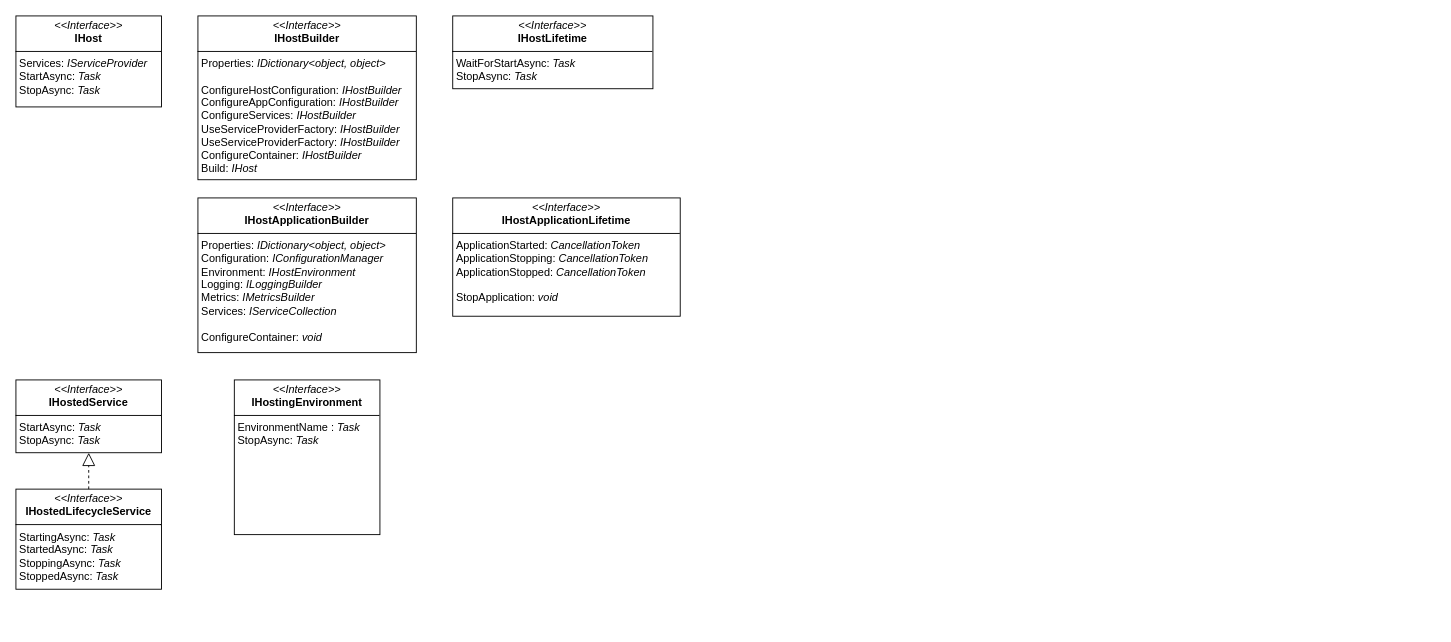
Above: page "Hosting" (3 of 3) of .Net/Диаграмма без названия.drawio in KondyubaBA/Foundation (draw.io), before the change. Source tidied: cells renumbered, new cells numbered last; positions are measured from the earlier drawing's top-left corner, leaving out a move shared by most shapes. Both pictures are drawn from the tidied source at 91%, with x=0, y=0 at pixel (15, 15).
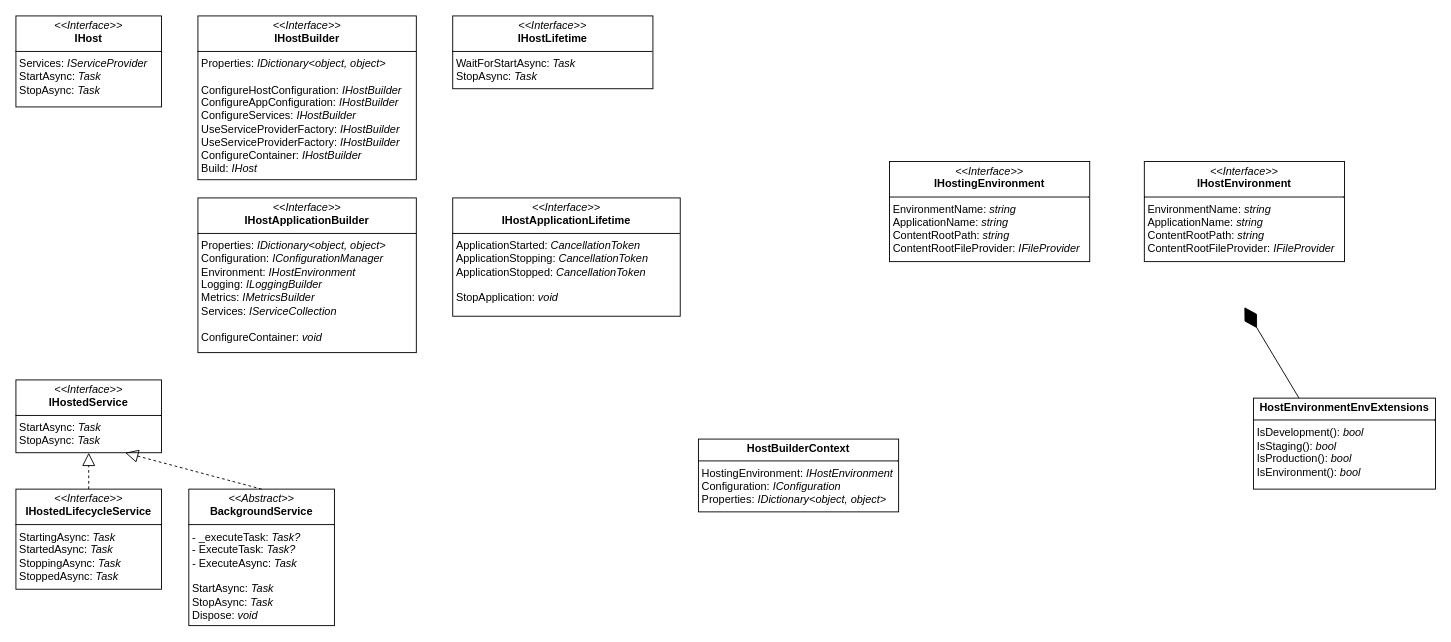
Above is the later version.

Change to the diagram source:
```diff
@@
 <mxGraphModel>
   <root>
     <mxCell id="0" />
     <mxCell id="1" parent="0" />
     <mxCell id="2" value="&lt;p style=&quot;margin:0px;margin-top:4px;text-align:center;&quot;&gt;&lt;i&gt;&amp;lt;&amp;lt;Interface&amp;gt;&amp;gt;&lt;/i&gt;&lt;br&gt;&lt;b&gt;IHost&lt;/b&gt;&lt;/p&gt;&lt;hr size=&quot;1&quot; style=&quot;border-style:solid;&quot;&gt;&lt;p style=&quot;margin:0px;margin-left:4px;&quot;&gt;Services: &lt;i&gt;IServiceProvider&lt;/i&gt;&lt;br&gt;StartAsync: &lt;i&gt;Task&lt;/i&gt;&lt;/p&gt;&lt;p style=&quot;margin:0px;margin-left:4px;&quot;&gt;StopAsync:&amp;nbsp;&lt;i style=&quot;background-color: initial;&quot;&gt;Task&lt;/i&gt;&lt;br&gt;&lt;/p&gt;" style="verticalAlign=top;align=left;overflow=fill;html=1;whiteSpace=wrap;" parent="1" vertex="1">
       <mxGeometry width="160" height="100" as="geometry" />
     </mxCell>
     <mxCell id="3" value="&lt;p style=&quot;margin:0px;margin-top:4px;text-align:center;&quot;&gt;&lt;i&gt;&amp;lt;&amp;lt;Interface&amp;gt;&amp;gt;&lt;/i&gt;&lt;br&gt;&lt;span style=&quot;background-color: initial; text-align: left;&quot;&gt;&lt;b&gt;IHostApplicationBuilder&lt;/b&gt;&lt;/span&gt;&lt;/p&gt;&lt;hr size=&quot;1&quot; style=&quot;border-style:solid;&quot;&gt;&lt;p style=&quot;margin:0px;margin-left:4px;&quot;&gt;Properties: &lt;i&gt;IDictionary&amp;lt;object, object&amp;gt;&lt;/i&gt;&lt;br&gt;Configuration:&amp;nbsp;&lt;span style=&quot;background-color: initial;&quot;&gt;&lt;i&gt;IConfigurationManager&lt;/i&gt;&lt;/span&gt;&lt;/p&gt;&lt;p style=&quot;margin:0px;margin-left:4px;&quot;&gt;Environment:&amp;nbsp;&lt;span style=&quot;background-color: initial;&quot;&gt;&lt;i&gt;IHostEnvironment&lt;/i&gt;&lt;/span&gt;&lt;br&gt;&lt;/p&gt;&lt;p style=&quot;margin:0px;margin-left:4px;&quot;&gt;&lt;span style=&quot;background-color: initial;&quot;&gt;Logging:&amp;nbsp;&lt;/span&gt;&lt;span style=&quot;background-color: initial;&quot;&gt;&lt;i&gt;ILoggingBuilder&lt;/i&gt;&lt;/span&gt;&lt;span style=&quot;background-color: initial;&quot;&gt;&lt;br&gt;&lt;/span&gt;&lt;/p&gt;&lt;p style=&quot;margin:0px;margin-left:4px;&quot;&gt;&lt;span style=&quot;background-color: initial;&quot;&gt;Metrics:&amp;nbsp;&lt;/span&gt;&lt;span style=&quot;background-color: initial;&quot;&gt;&lt;i&gt;IMetricsBuilder&lt;/i&gt;&lt;/span&gt;&lt;span style=&quot;background-color: initial;&quot;&gt;&lt;br&gt;&lt;/span&gt;&lt;/p&gt;&lt;p style=&quot;margin:0px;margin-left:4px;&quot;&gt;&lt;span style=&quot;background-color: initial;&quot;&gt;Services:&amp;nbsp;&lt;/span&gt;&lt;span style=&quot;background-color: initial;&quot;&gt;&lt;i&gt;IServiceCollection&lt;/i&gt;&lt;/span&gt;&lt;span style=&quot;background-color: initial;&quot;&gt;&lt;br&gt;&lt;/span&gt;&lt;/p&gt;&lt;p style=&quot;margin:0px;margin-left:4px;&quot;&gt;&lt;span style=&quot;background-color: initial;&quot;&gt;&lt;i&gt;&lt;br&gt;&lt;/i&gt;&lt;/span&gt;&lt;/p&gt;&lt;p style=&quot;margin:0px;margin-left:4px;&quot;&gt;&lt;span style=&quot;background-color: initial;&quot;&gt;ConfigureContainer:&lt;i&gt;&amp;nbsp;&lt;/i&gt;&lt;/span&gt;&lt;span style=&quot;background-color: initial;&quot;&gt;&lt;i&gt;void&lt;/i&gt;&lt;/span&gt;&lt;span style=&quot;background-color: initial;&quot;&gt;&lt;i&gt;&lt;br&gt;&lt;/i&gt;&lt;/span&gt;&lt;/p&gt;" style="verticalAlign=top;align=left;overflow=fill;html=1;whiteSpace=wrap;" parent="1" vertex="1">
       <mxGeometry x="200" y="200" width="240" height="170" as="geometry" />
     </mxCell>
     <mxCell id="4" value="&lt;p style=&quot;margin:0px;margin-top:4px;text-align:center;&quot;&gt;&lt;i&gt;&amp;lt;&amp;lt;Interface&amp;gt;&amp;gt;&lt;/i&gt;&lt;br&gt;&lt;span style=&quot;background-color: initial; text-align: left;&quot;&gt;&lt;b&gt;IHostApplicationLifetime&lt;/b&gt;&lt;/span&gt;&lt;/p&gt;&lt;hr size=&quot;1&quot; style=&quot;border-style:solid;&quot;&gt;&lt;p style=&quot;margin:0px;margin-left:4px;&quot;&gt;ApplicationStarted: &lt;i&gt;CancellationToken&lt;/i&gt;&lt;br&gt;ApplicationStopping:&amp;nbsp;&lt;i&gt;CancellationToken&lt;/i&gt;&lt;br&gt;&lt;/p&gt;&lt;p style=&quot;margin:0px;margin-left:4px;&quot;&gt;ApplicationStopped:&amp;nbsp;&lt;i&gt;CancellationToken&lt;/i&gt;&lt;br&gt;&lt;/p&gt;&lt;p style=&quot;margin:0px;margin-left:4px;&quot;&gt;&lt;i&gt;&lt;br&gt;&lt;/i&gt;&lt;/p&gt;&lt;p style=&quot;margin:0px;margin-left:4px;&quot;&gt;StopApplication: &lt;i&gt;void&lt;/i&gt;&lt;br&gt;&lt;/p&gt;" style="verticalAlign=top;align=left;overflow=fill;html=1;whiteSpace=wrap;" parent="1" vertex="1">
       <mxGeometry x="480" y="200" width="250" height="130" as="geometry" />
     </mxCell>
     <mxCell id="5" value="&lt;p style=&quot;margin:0px;margin-top:4px;text-align:center;&quot;&gt;&lt;i&gt;&amp;lt;&amp;lt;Interface&amp;gt;&amp;gt;&lt;/i&gt;&lt;br&gt;&lt;span style=&quot;background-color: initial; text-align: left;&quot;&gt;&lt;b&gt;IHostBuilder&lt;/b&gt;&lt;/span&gt;&lt;/p&gt;&lt;hr size=&quot;1&quot; style=&quot;border-style:solid;&quot;&gt;&lt;p style=&quot;margin:0px;margin-left:4px;&quot;&gt;Properties: &lt;i&gt;IDictionary&amp;lt;object, object&amp;gt;&lt;/i&gt;&lt;/p&gt;&lt;p style=&quot;margin:0px;margin-left:4px;&quot;&gt;&lt;i&gt;&lt;br&gt;&lt;/i&gt;ConfigureHostConfiguration:&amp;nbsp;&lt;span style=&quot;background-color: initial;&quot;&gt;&lt;i&gt;IHostBuilder&lt;/i&gt;&lt;/span&gt;&lt;/p&gt;&lt;p style=&quot;margin:0px;margin-left:4px;&quot;&gt;ConfigureAppConfiguration:&amp;nbsp;&lt;span style=&quot;background-color: initial;&quot;&gt;&lt;i&gt;IHostBuilder&lt;/i&gt;&lt;/span&gt;&lt;br&gt;&lt;/p&gt;&lt;p style=&quot;margin:0px;margin-left:4px;&quot;&gt;ConfigureServices:&amp;nbsp;&lt;span style=&quot;background-color: initial;&quot;&gt;&lt;i&gt;IHostBuilder&lt;/i&gt;&lt;/span&gt;&lt;span style=&quot;background-color: initial;&quot;&gt;&lt;i&gt;&lt;br&gt;&lt;/i&gt;&lt;/span&gt;&lt;/p&gt;&lt;p style=&quot;margin:0px;margin-left:4px;&quot;&gt;UseServiceProviderFactory:&amp;nbsp;&lt;span style=&quot;background-color: initial;&quot;&gt;&lt;i&gt;IHostBuilder&lt;/i&gt;&lt;/span&gt;&lt;span style=&quot;background-color: initial;&quot;&gt;&lt;i&gt;&lt;br&gt;&lt;/i&gt;&lt;/span&gt;&lt;/p&gt;&lt;p style=&quot;margin:0px;margin-left:4px;&quot;&gt;UseServiceProviderFactory:&amp;nbsp;&lt;span style=&quot;background-color: initial;&quot;&gt;&lt;i&gt;IHostBuilder&lt;/i&gt;&lt;/span&gt;&lt;span style=&quot;background-color: initial;&quot;&gt;&lt;i&gt;&lt;br&gt;&lt;/i&gt;&lt;/span&gt;&lt;/p&gt;&lt;p style=&quot;margin:0px;margin-left:4px;&quot;&gt;ConfigureContainer:&amp;nbsp;&lt;span style=&quot;background-color: initial;&quot;&gt;&lt;i&gt;IHostBuilder&lt;/i&gt;&lt;/span&gt;&lt;span style=&quot;background-color: initial;&quot;&gt;&lt;i&gt;&lt;br&gt;&lt;/i&gt;&lt;/span&gt;&lt;/p&gt;&lt;p style=&quot;margin:0px;margin-left:4px;&quot;&gt;&lt;span style=&quot;background-color: initial;&quot;&gt;Build:&amp;nbsp;&lt;/span&gt;&lt;span style=&quot;background-color: initial;&quot;&gt;&lt;i&gt;IHost&lt;/i&gt;&lt;/span&gt;&lt;span style=&quot;background-color: initial;&quot;&gt;&lt;i&gt;&lt;br&gt;&lt;/i&gt;&lt;/span&gt;&lt;/p&gt;" style="verticalAlign=top;align=left;overflow=fill;html=1;whiteSpace=wrap;" parent="1" vertex="1">
       <mxGeometry x="200" width="240" height="180" as="geometry" />
     </mxCell>
     <mxCell id="6" value="&lt;p style=&quot;margin:0px;margin-top:4px;text-align:center;&quot;&gt;&lt;i&gt;&amp;lt;&amp;lt;Interface&amp;gt;&amp;gt;&lt;/i&gt;&lt;br&gt;&lt;span style=&quot;background-color: initial; text-align: left;&quot;&gt;&lt;b&gt;IHostLifetime&lt;/b&gt;&lt;/span&gt;&lt;/p&gt;&lt;hr size=&quot;1&quot; style=&quot;border-style:solid;&quot;&gt;&lt;p style=&quot;margin:0px;margin-left:4px;&quot;&gt;WaitForStartAsync: &lt;i&gt;Task&lt;/i&gt;&lt;br&gt;&lt;/p&gt;&lt;p style=&quot;margin:0px;margin-left:4px;&quot;&gt;StopAsync:&amp;nbsp;&lt;i style=&quot;background-color: initial;&quot;&gt;Task&lt;/i&gt;&lt;br&gt;&lt;/p&gt;" style="verticalAlign=top;align=left;overflow=fill;html=1;whiteSpace=wrap;" parent="1" vertex="1">
       <mxGeometry x="480" width="220" height="80" as="geometry" />
     </mxCell>
     <mxCell id="7" value="&lt;p style=&quot;margin:0px;margin-top:4px;text-align:center;&quot;&gt;&lt;i&gt;&amp;lt;&amp;lt;Interface&amp;gt;&amp;gt;&lt;/i&gt;&lt;br&gt;&lt;span style=&quot;background-color: initial; text-align: left;&quot;&gt;&lt;b&gt;IHostedService&lt;/b&gt;&lt;/span&gt;&lt;/p&gt;&lt;hr size=&quot;1&quot; style=&quot;border-style:solid;&quot;&gt;&lt;p style=&quot;margin:0px;margin-left:4px;&quot;&gt;StartAsync: &lt;i&gt;Task&lt;/i&gt;&lt;/p&gt;&lt;p style=&quot;margin:0px;margin-left:4px;&quot;&gt;StopAsync:&amp;nbsp;&lt;i style=&quot;background-color: initial;&quot;&gt;Task&lt;/i&gt;&lt;br&gt;&lt;/p&gt;" style="verticalAlign=top;align=left;overflow=fill;html=1;whiteSpace=wrap;" parent="1" vertex="1">
       <mxGeometry y="400" width="160" height="80" as="geometry" />
     </mxCell>
     <mxCell id="8" value="&lt;p style=&quot;margin:0px;margin-top:4px;text-align:center;&quot;&gt;&lt;i&gt;&amp;lt;&amp;lt;Interface&amp;gt;&amp;gt;&lt;/i&gt;&lt;br&gt;&lt;span style=&quot;background-color: initial; text-align: left;&quot;&gt;&lt;b&gt;IHostedLifecycleService&lt;/b&gt;&lt;/span&gt;&lt;/p&gt;&lt;hr size=&quot;1&quot; style=&quot;border-style:solid;&quot;&gt;&lt;p style=&quot;margin:0px;margin-left:4px;&quot;&gt;StartingAsync: &lt;i&gt;Task&lt;/i&gt;&lt;/p&gt;&lt;p style=&quot;margin:0px;margin-left:4px;&quot;&gt;StartedAsync:&amp;nbsp;&lt;i style=&quot;background-color: initial;&quot;&gt;Task&lt;/i&gt;&lt;br&gt;&lt;/p&gt;&lt;p style=&quot;margin: 0px 0px 0px 4px;&quot;&gt;StoppingAsync:&amp;nbsp;&lt;i&gt;Task&lt;/i&gt;&lt;/p&gt;&lt;p style=&quot;margin: 0px 0px 0px 4px;&quot;&gt;StoppedAsync:&amp;nbsp;&lt;i style=&quot;background-color: initial;&quot;&gt;Task&lt;/i&gt;&lt;/p&gt;" style="verticalAlign=top;align=left;overflow=fill;html=1;whiteSpace=wrap;" parent="1" vertex="1">
       <mxGeometry y="520" width="160" height="110" as="geometry" />
     </mxCell>
     <mxCell id="9" style="endArrow=block;dashed=1;endFill=0;endSize=12;html=1;rounded=0;entryX=0.5;entryY=1;entryDx=0;entryDy=0;exitX=0.5;exitY=0;exitDx=0;exitDy=0;" parent="1" edge="1" source="8" target="7">
       <mxGeometry relative="1" as="geometry" />
     </mxCell>
-    <mxCell id="10" value="&lt;p style=&quot;margin:0px;margin-top:4px;text-align:center;&quot;&gt;&lt;i&gt;&amp;lt;&amp;lt;Interface&amp;gt;&amp;gt;&lt;/i&gt;&lt;br&gt;&lt;span style=&quot;background-color: initial; text-align: left;&quot;&gt;&lt;b&gt;IHostingEnvironment&lt;/b&gt;&lt;/span&gt;&lt;/p&gt;&lt;hr size=&quot;1&quot; style=&quot;border-style:solid;&quot;&gt;&lt;p style=&quot;margin:0px;margin-left:4px;&quot;&gt;EnvironmentName&amp;nbsp;: &lt;i&gt;Task&lt;/i&gt;&lt;/p&gt;&lt;p style=&quot;margin:0px;margin-left:4px;&quot;&gt;StopAsync:&amp;nbsp;&lt;i style=&quot;background-color: initial;&quot;&gt;Task&lt;/i&gt;&lt;br&gt;&lt;/p&gt;" style="verticalAlign=top;align=left;overflow=fill;html=1;whiteSpace=wrap;" parent="1" vertex="1">
-      <mxGeometry x="240" y="400" width="160" height="170" as="geometry" />
+    <mxCell id="10" value="&lt;p style=&quot;margin:0px;margin-top:4px;text-align:center;&quot;&gt;&lt;i&gt;&amp;lt;&amp;lt;Interface&amp;gt;&amp;gt;&lt;/i&gt;&lt;br&gt;&lt;span style=&quot;background-color: initial; text-align: left;&quot;&gt;&lt;b&gt;IHostingEnvironment&lt;/b&gt;&lt;/span&gt;&lt;/p&gt;&lt;hr size=&quot;1&quot; style=&quot;border-style:solid;&quot;&gt;&lt;p style=&quot;margin:0px;margin-left:4px;&quot;&gt;EnvironmentName:&amp;nbsp;&lt;span style=&quot;background-color: initial;&quot;&gt;&lt;i&gt;string&lt;/i&gt;&lt;/span&gt;&lt;/p&gt;&lt;p style=&quot;margin:0px;margin-left:4px;&quot;&gt;ApplicationName:&amp;nbsp;&lt;span style=&quot;background-color: initial;&quot;&gt;&lt;i&gt;string&lt;/i&gt;&lt;/span&gt;&lt;br&gt;&lt;/p&gt;&lt;p style=&quot;margin:0px;margin-left:4px;&quot;&gt;&lt;span style=&quot;background-color: initial;&quot;&gt;ContentRootPath:&amp;nbsp;&lt;/span&gt;&lt;span style=&quot;background-color: initial;&quot;&gt;&lt;i&gt;string&lt;/i&gt;&lt;/span&gt;&lt;span style=&quot;background-color: initial;&quot;&gt;&lt;br&gt;&lt;/span&gt;&lt;/p&gt;&lt;p style=&quot;margin:0px;margin-left:4px;&quot;&gt;&lt;span style=&quot;background-color: initial;&quot;&gt;ContentRootFileProvider:&lt;i&gt;&amp;nbsp;&lt;/i&gt;&lt;/span&gt;&lt;span style=&quot;background-color: initial;&quot;&gt;&lt;i&gt;IFileProvider&lt;/i&gt;&lt;/span&gt;&lt;span style=&quot;background-color: initial;&quot;&gt;&lt;i&gt;&lt;br&gt;&lt;/i&gt;&lt;/span&gt;&lt;/p&gt;" style="verticalAlign=top;align=left;overflow=fill;html=1;whiteSpace=wrap;" parent="1" vertex="1">
+      <mxGeometry x="960" y="160" width="220" height="110" as="geometry" />
     </mxCell>
+    <mxCell id="11" value="&lt;p style=&quot;margin:0px;margin-top:4px;text-align:center;&quot;&gt;&lt;i&gt;&amp;lt;&amp;lt;Abstract&amp;gt;&amp;gt;&lt;/i&gt;&lt;br&gt;&lt;span style=&quot;background-color: initial; text-align: left;&quot;&gt;&lt;b&gt;BackgroundService&lt;/b&gt;&lt;/span&gt;&lt;/p&gt;&lt;hr size=&quot;1&quot; style=&quot;border-style:solid;&quot;&gt;&lt;p style=&quot;margin:0px;margin-left:4px;&quot;&gt;- _executeTask:&amp;nbsp;&lt;span style=&quot;background-color: initial;&quot;&gt;&lt;i&gt;Task?&lt;/i&gt;&lt;/span&gt;&lt;/p&gt;&lt;p style=&quot;margin:0px;margin-left:4px;&quot;&gt;- ExecuteTask:&amp;nbsp;&lt;span style=&quot;background-color: initial;&quot;&gt;&lt;i&gt;Task?&lt;/i&gt;&lt;/span&gt;&lt;br&gt;&lt;/p&gt;&lt;p style=&quot;margin:0px;margin-left:4px;&quot;&gt;&lt;span style=&quot;background-color: initial;&quot;&gt;&lt;i&gt;-&amp;nbsp;&lt;/i&gt;&lt;/span&gt;&lt;span style=&quot;background-color: initial;&quot;&gt;ExecuteAsync:&lt;i&gt;&amp;nbsp;&lt;/i&gt;&lt;/span&gt;&lt;span style=&quot;background-color: initial;&quot;&gt;&lt;i&gt;Task&lt;/i&gt;&lt;/span&gt;&lt;/p&gt;&lt;p style=&quot;margin:0px;margin-left:4px;&quot;&gt;&lt;span style=&quot;background-color: initial;&quot;&gt;&lt;i&gt;&lt;br&gt;&lt;/i&gt;&lt;/span&gt;&lt;/p&gt;&lt;p style=&quot;margin:0px;margin-left:4px;&quot;&gt;&lt;span style=&quot;background-color: initial;&quot;&gt;StartAsync:&lt;i&gt;&amp;nbsp;&lt;/i&gt;&lt;/span&gt;&lt;span style=&quot;background-color: initial;&quot;&gt;&lt;i&gt;Task&lt;/i&gt;&lt;/span&gt;&lt;span style=&quot;background-color: initial;&quot;&gt;&lt;i&gt;&lt;br&gt;&lt;/i&gt;&lt;/span&gt;&lt;/p&gt;&lt;p style=&quot;margin:0px;margin-left:4px;&quot;&gt;&lt;span style=&quot;background-color: initial;&quot;&gt;StopAsync:&lt;i&gt; Task&lt;br&gt;&lt;/i&gt;&lt;/span&gt;&lt;/p&gt;&lt;p style=&quot;margin:0px;margin-left:4px;&quot;&gt;&lt;span style=&quot;background-color: initial;&quot;&gt;Dispose:&lt;i&gt; void&lt;br&gt;&lt;/i&gt;&lt;/span&gt;&lt;/p&gt;" style="verticalAlign=top;align=left;overflow=fill;html=1;whiteSpace=wrap;" parent="1" vertex="1">
+      <mxGeometry x="190" y="520" width="160" height="150" as="geometry" />
+    </mxCell>
+    <mxCell id="12" style="endArrow=block;dashed=1;endFill=0;endSize=12;html=1;rounded=0;entryX=0.75;entryY=1;entryDx=0;entryDy=0;exitX=0.5;exitY=0;exitDx=0;exitDy=0;" parent="1" edge="1" source="11" target="7">
+      <mxGeometry relative="1" as="geometry" />
+    </mxCell>
+    <mxCell id="13" value="&lt;p style=&quot;margin:0px;margin-top:4px;text-align:center;&quot;&gt;&lt;span style=&quot;background-color: initial; text-align: left;&quot;&gt;&lt;b&gt;HostBuilderContext&lt;/b&gt;&lt;/span&gt;&lt;/p&gt;&lt;hr size=&quot;1&quot; style=&quot;border-style:solid;&quot;&gt;&lt;p style=&quot;margin:0px;margin-left:4px;&quot;&gt;HostingEnvironment:&amp;nbsp;&lt;span style=&quot;background-color: initial;&quot;&gt;&lt;i&gt;IHostEnvironment&lt;/i&gt;&lt;/span&gt;&lt;/p&gt;&lt;p style=&quot;margin:0px;margin-left:4px;&quot;&gt;Configuration:&amp;nbsp;&lt;span style=&quot;background-color: initial;&quot;&gt;&lt;i&gt;IConfiguration&lt;/i&gt;&lt;/span&gt;&lt;br&gt;&lt;/p&gt;&lt;p style=&quot;margin:0px;margin-left:4px;&quot;&gt;&lt;span style=&quot;background-color: initial;&quot;&gt;Properties&lt;/span&gt;&lt;span style=&quot;background-color: initial;&quot;&gt;:&amp;nbsp;&lt;/span&gt;&lt;span style=&quot;background-color: initial;&quot;&gt;&lt;i&gt;IDictionary&amp;lt;object, object&amp;gt;&lt;/i&gt;&lt;/span&gt;&lt;/p&gt;" style="verticalAlign=top;align=left;overflow=fill;html=1;whiteSpace=wrap;" parent="1" vertex="1">
+      <mxGeometry x="750" y="465" width="220" height="80" as="geometry" />
+    </mxCell>
+    <mxCell id="14" value="&lt;p style=&quot;margin: 4px 0px 0px; text-align: center;&quot;&gt;&lt;span style=&quot;background-color: initial; text-align: left;&quot;&gt;&lt;b&gt;HostEnvironmentEnvExtensions&lt;/b&gt;&lt;/span&gt;&lt;/p&gt;&lt;hr size=&quot;1&quot; style=&quot;border-style:solid;&quot;&gt;&lt;p style=&quot;margin:0px;margin-left:4px;&quot;&gt;IsDevelopment():&amp;nbsp;&lt;span style=&quot;background-color: initial;&quot;&gt;&lt;i&gt;bool&lt;/i&gt;&lt;/span&gt;&lt;/p&gt;&lt;p style=&quot;margin:0px;margin-left:4px;&quot;&gt;IsStaging():&amp;nbsp;&lt;i style=&quot;background-color: initial;&quot;&gt;bool&lt;/i&gt;&lt;br&gt;&lt;/p&gt;&lt;p style=&quot;margin:0px;margin-left:4px;&quot;&gt;&lt;span style=&quot;background-color: initial;&quot;&gt;IsProduction()&lt;/span&gt;&lt;span style=&quot;background-color: initial;&quot;&gt;:&amp;nbsp;&lt;/span&gt;&lt;span style=&quot;background-color: initial;&quot;&gt;&lt;i&gt;bool&lt;/i&gt;&lt;/span&gt;&lt;/p&gt;&lt;p style=&quot;margin:0px;margin-left:4px;&quot;&gt;&lt;span style=&quot;background-color: initial;&quot;&gt;IsEnvironment():&lt;i&gt; bool&lt;/i&gt;&lt;/span&gt;&lt;span style=&quot;background-color: initial;&quot;&gt;&lt;i&gt;&amp;nbsp;&lt;br&gt;&lt;/i&gt;&lt;/span&gt;&lt;/p&gt;" style="verticalAlign=top;align=left;overflow=fill;html=1;whiteSpace=wrap;" parent="1" vertex="1">
+      <mxGeometry x="1360" y="420" width="200" height="100" as="geometry" />
+    </mxCell>
+    <mxCell id="15" style="endArrow=diamondThin;endFill=1;endSize=24;html=1;rounded=0;exitX=0.25;exitY=0;exitDx=0;exitDy=0;" parent="1" edge="1" source="14">
+      <mxGeometry relative="1" as="geometry">
+        <mxPoint x="1350" y="320" as="targetPoint" />
+      </mxGeometry>
+    </mxCell>
+    <mxCell id="16" value="&lt;p style=&quot;margin:0px;margin-top:4px;text-align:center;&quot;&gt;&lt;i&gt;&amp;lt;&amp;lt;Interface&amp;gt;&amp;gt;&lt;/i&gt;&lt;br&gt;&lt;span style=&quot;background-color: initial; text-align: left;&quot;&gt;&lt;b&gt;IHostEnvironment&lt;/b&gt;&lt;/span&gt;&lt;/p&gt;&lt;hr size=&quot;1&quot; style=&quot;border-style:solid;&quot;&gt;&lt;p style=&quot;margin:0px;margin-left:4px;&quot;&gt;EnvironmentName:&amp;nbsp;&lt;span style=&quot;background-color: initial;&quot;&gt;&lt;i&gt;string&lt;/i&gt;&lt;/span&gt;&lt;/p&gt;&lt;p style=&quot;margin:0px;margin-left:4px;&quot;&gt;ApplicationName:&amp;nbsp;&lt;span style=&quot;background-color: initial;&quot;&gt;&lt;i&gt;string&lt;/i&gt;&lt;/span&gt;&lt;br&gt;&lt;/p&gt;&lt;p style=&quot;margin:0px;margin-left:4px;&quot;&gt;&lt;span style=&quot;background-color: initial;&quot;&gt;ContentRootPath:&amp;nbsp;&lt;/span&gt;&lt;span style=&quot;background-color: initial;&quot;&gt;&lt;i&gt;string&lt;/i&gt;&lt;/span&gt;&lt;span style=&quot;background-color: initial;&quot;&gt;&lt;br&gt;&lt;/span&gt;&lt;/p&gt;&lt;p style=&quot;margin:0px;margin-left:4px;&quot;&gt;&lt;span style=&quot;background-color: initial;&quot;&gt;ContentRootFileProvider:&lt;i&gt;&amp;nbsp;&lt;/i&gt;&lt;/span&gt;&lt;span style=&quot;background-color: initial;&quot;&gt;&lt;i&gt;IFileProvider&lt;/i&gt;&lt;/span&gt;&lt;span style=&quot;background-color: initial;&quot;&gt;&lt;i&gt;&lt;br&gt;&lt;/i&gt;&lt;/span&gt;&lt;/p&gt;" style="verticalAlign=top;align=left;overflow=fill;html=1;whiteSpace=wrap;" parent="1" vertex="1">
+      <mxGeometry x="1240" y="160" width="220" height="110" as="geometry" />
+    </mxCell>
   </root>
 </mxGraphModel>
```
